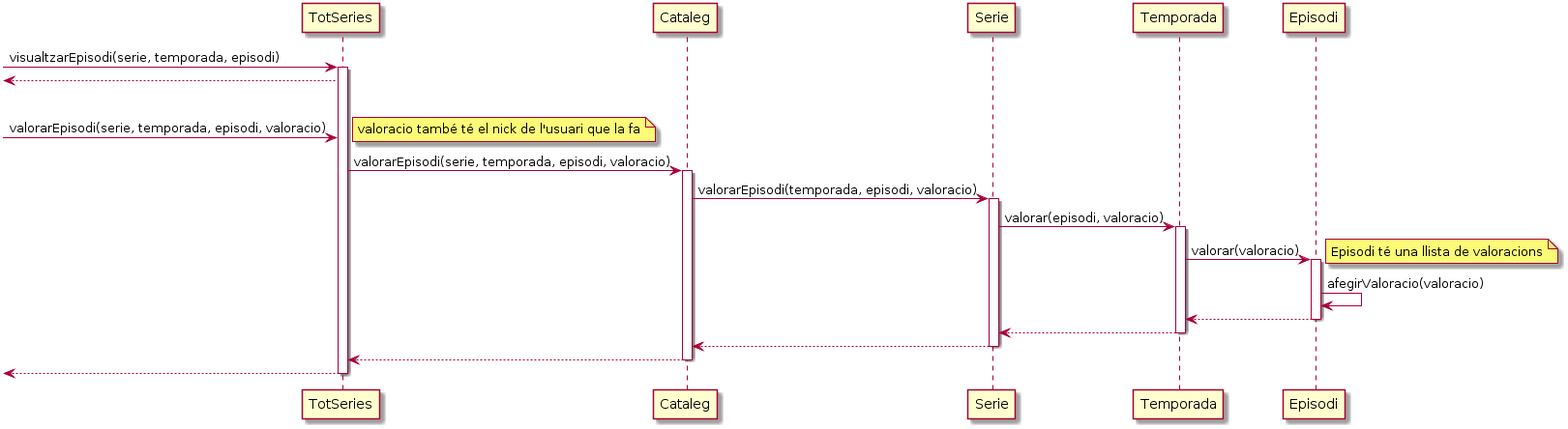
The PlantUML diagram uml/img/DS_VisualitzarValorarEpisodi.png in IvanSevilla/totserapp, before a commit.
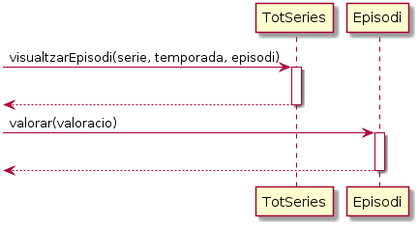
After the change.

What changed in the source:
```diff
@@ -1,47 +1,22 @@
 @startuml
 participant TotSeries
-participant Cataleg
-participant Serie
-participant Temporada
 participant Episodi
 
 -> TotSeries : visualtzarEpisodi(serie, temporada, episodi)
 activate TotSeries
 
+|||
+
+
+
 <-- TotSeries
+deactivate TotSeries
 
+-> Episodi : valorar(valoracio)
+activate Episodi
 
 |||
 
--> TotSeries : valorarEpisodi(serie, temporada, episodi, valoracio)
-note left : valoracio també té el nick de l'usuari que la fa
-TotSeries -> Cataleg : valorarEpisodi(serie, temporada, episodi, valoracio)
-activate Cataleg
-
-Cataleg -> Serie : valorarEpisodi(temporada, episodi, valoracio)
-activate Serie
-
-Serie -> Temporada : valorar(episodi, valoracio)
-activate Temporada
-
-Temporada -> Episodi : valorar(valoracio)
-note right : Episodi té una llista de valoracions
-activate Episodi
-
-Episodi -> Episodi: afegirValoracio(valoracio)
-
-Episodi --> Temporada
+<-- Episodi
 deactivate Episodi
-
-Temporada --> Serie
-deactivate Temporada
-
-Serie --> Cataleg
-deactivate Serie
-
-Cataleg --> TotSeries
-deactivate Cataleg
-
-<-- TotSeries
-deactivate TotSeries
 @enduml
```
